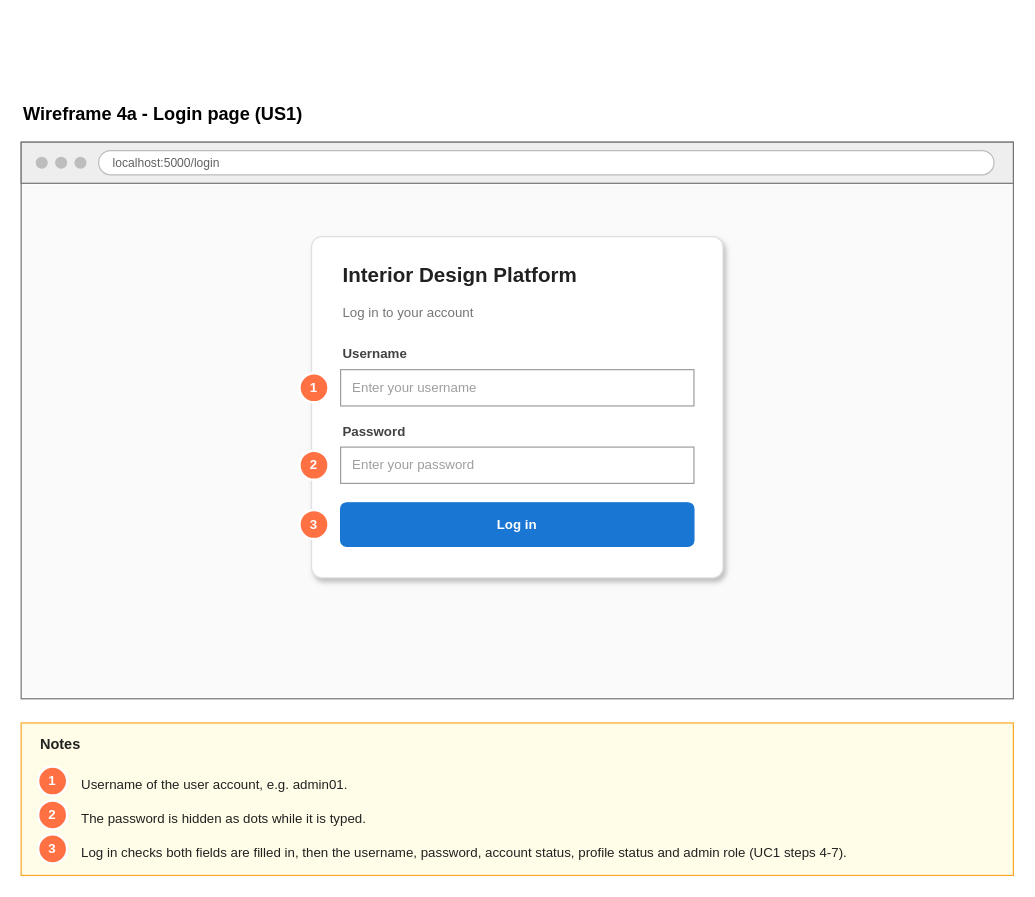
This is page "4a Wireframe - Login page" (2 of 6) of Sprint_1/US1 - Log in/US1 Log in.drawio from Hanzxc/CSIT314-ARCHSS, a draw.io file, before an edit. Source tidied: cells renumbered, new cells numbered last; positions are measured from the earlier drawing's top-left corner, leaving out a move shared by most shapes. Both pictures are drawn from the tidied source at 121%, with x=0, y=0 at pixel (21, 98).
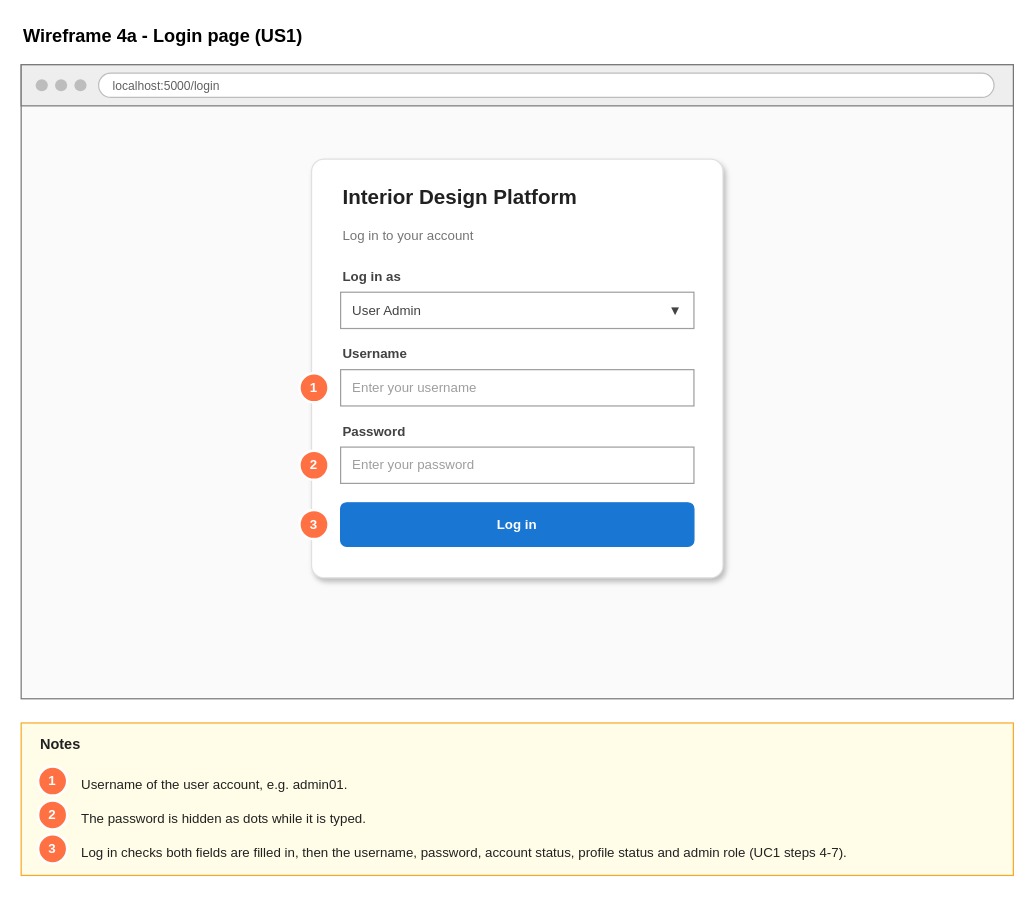
Above is the later version.

Change to the diagram source:
```diff
@@
     <mxCell id="2" value="&lt;b&gt;Wireframe 4a - Login page (US1)&lt;/b&gt;" style="text;html=1;strokeColor=none;fillColor=none;align=left;verticalAlign=middle;whiteSpace=nowrap;fontSize=15;fontColor=#000000;" parent="1" vertex="1">
-      <mxGeometry width="280" height="24" as="geometry" />
+      <mxGeometry y="-64" width="280" height="24" as="geometry" />
     </mxCell>
     <mxCell id="3" style="rounded=0;whiteSpace=wrap;html=1;fillColor=#FFFFFF;strokeColor=#757575;fontSize=11;fontColor=#212121;align=center;" parent="1" vertex="1">
-      <mxGeometry y="36" width="820" height="460" as="geometry" />
+      <mxGeometry y="-28" width="820" height="524" as="geometry" />
     </mxCell>
     <mxCell id="4" style="rounded=0;whiteSpace=wrap;html=1;fillColor=#EEEEEE;strokeColor=#757575;fontSize=11;fontColor=#212121;align=center;" parent="1" vertex="1">
-      <mxGeometry y="36" width="820" height="34" as="geometry" />
+      <mxGeometry y="-28" width="820" height="34" as="geometry" />
     </mxCell>
     <mxCell id="5" style="ellipse;html=1;fillColor=#BDBDBD;strokeColor=none;" parent="1" vertex="1">
-      <mxGeometry x="12" y="48" width="10" height="10" as="geometry" />
+      <mxGeometry x="12" y="-16" width="10" height="10" as="geometry" />
     </mxCell>
     <mxCell id="6" style="ellipse;html=1;fillColor=#BDBDBD;strokeColor=none;" parent="1" vertex="1">
-      <mxGeometry x="28" y="48" width="10" height="10" as="geometry" />
+      <mxGeometry x="28" y="-16" width="10" height="10" as="geometry" />
     </mxCell>
     <mxCell id="7" style="ellipse;html=1;fillColor=#BDBDBD;strokeColor=none;" parent="1" vertex="1">
-      <mxGeometry x="44" y="48" width="10" height="10" as="geometry" />
+      <mxGeometry x="44" y="-16" width="10" height="10" as="geometry" />
     </mxCell>
     <mxCell id="8" value="localhost:5000/login" style="rounded=1;whiteSpace=wrap;html=1;fillColor=#FFFFFF;strokeColor=#BDBDBD;fontSize=10;fontColor=#616161;align=left;spacingLeft=10;arcSize=50;" parent="1" vertex="1">
-      <mxGeometry x="64" y="43" width="740" height="20" as="geometry" />
+      <mxGeometry x="64" y="-21" width="740" height="20" as="geometry" />
     </mxCell>
     <mxCell id="9" style="rounded=0;whiteSpace=wrap;html=1;fillColor=#FAFAFA;strokeColor=none;fontSize=11;fontColor=#212121;align=center;" parent="1" vertex="1">
-      <mxGeometry x="1" y="71" width="818" height="424" as="geometry" />
+      <mxGeometry x="1" y="7" width="818" height="488" as="geometry" />
     </mxCell>
     <mxCell id="10" style="rounded=1;whiteSpace=wrap;html=1;fillColor=#FFFFFF;strokeColor=#E0E0E0;fontSize=11;fontColor=#212121;align=center;arcSize=3;shadow=1;" parent="1" vertex="1">
-      <mxGeometry x="240" y="114" width="340" height="282" as="geometry" />
+      <mxGeometry x="240" y="50" width="340" height="346" as="geometry" />
     </mxCell>
     <mxCell id="11" value="Interior Design Platform" style="text;html=1;strokeColor=none;fillColor=none;align=left;verticalAlign=middle;whiteSpace=nowrap;fontSize=17;fontColor=#212121;spacingLeft=0;spacingRight=0;fontStyle=1;" parent="1" vertex="1">
-      <mxGeometry x="264" y="138" width="215" height="18" as="geometry" />
+      <mxGeometry x="264" y="74" width="215" height="18" as="geometry" />
     </mxCell>
     <mxCell id="12" value="Log in to your account" style="text;html=1;strokeColor=none;fillColor=none;align=left;verticalAlign=middle;whiteSpace=nowrap;fontSize=11;fontColor=#757575;spacingLeft=0;spacingRight=0;" parent="1" vertex="1">
-      <mxGeometry x="264" y="168" width="128" height="18" as="geometry" />
+      <mxGeometry x="264" y="104" width="128" height="18" as="geometry" />
     </mxCell>
@@
+    <mxCell id="29" value="Log in as" style="text;html=1;strokeColor=none;fillColor=none;align=left;verticalAlign=middle;whiteSpace=nowrap;fontSize=11;fontColor=#424242;spacingLeft=0;spacingRight=0;fontStyle=1;" parent="1" vertex="1">
+      <mxGeometry x="264" y="138" width="68" height="18" as="geometry" />
+    </mxCell>
+    <mxCell id="30" value="User Admin" style="rounded=0;whiteSpace=wrap;html=1;fillColor=#FFFFFF;strokeColor=#9E9E9E;fontSize=11;fontColor=#424242;align=left;spacingLeft=8;spacingRight=8;" parent="1" vertex="1">
+      <mxGeometry x="264" y="160" width="292" height="30" as="geometry" />
+    </mxCell>
+    <mxCell id="31" value="▼" style="rounded=0;whiteSpace=wrap;html=1;fillColor=none;strokeColor=none;fontSize=11;fontColor=#424242;align=center;spacingLeft=8;spacingRight=8;" parent="1" vertex="1">
+      <mxGeometry x="532" y="160" width="18" height="30" as="geometry" />
+    </mxCell>
```
